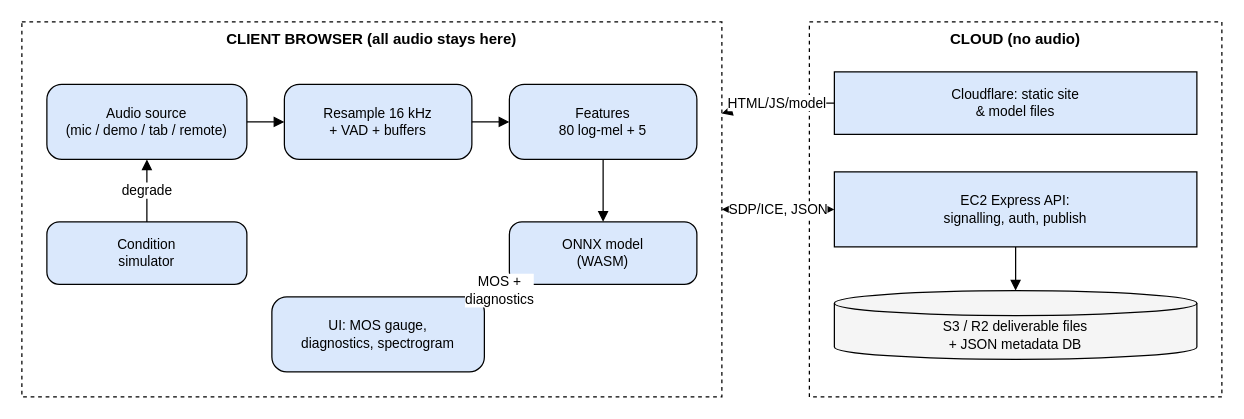
Before: docs/diagrams/18_architecture.drawio in gagandeepkaur75/EdgeAudio, a draw.io diagram. Source tidied: cells renumbered, new cells numbered last; positions are measured from the earlier drawing's top-left corner, leaving out a move shared by most shapes. Both pictures are drawn from the tidied source at 125%, with x=0, y=0 at pixel (21, 21).
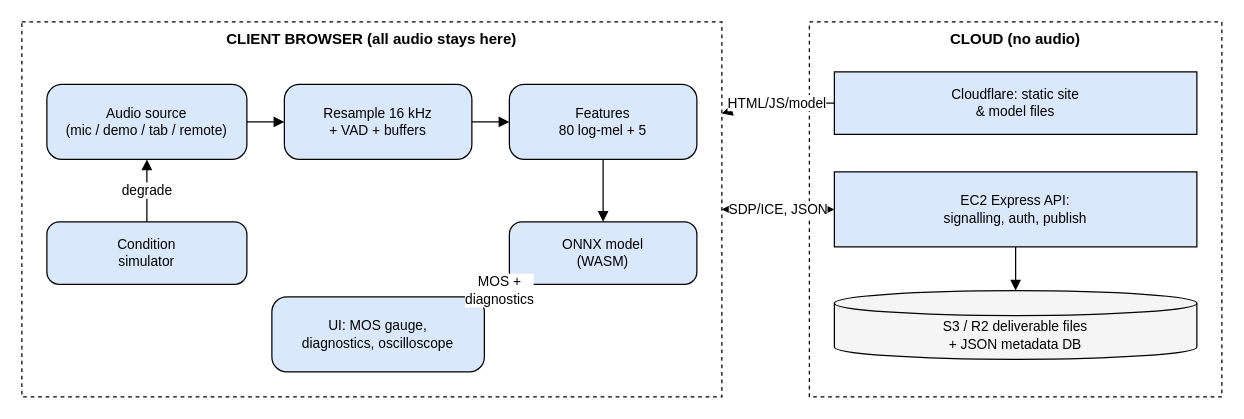
After the change.

Commit message (it also covers changes not shown here):
Correct diagram wording: live oscilloscope instead of spectrogram

Diff of the diagram source:
```diff
@@
-    <mxCell id="8" value="UI: MOS gauge,&lt;br/&gt;diagnostics, spectrogram" style="rounded=1;arcSize=20;whiteSpace=wrap;html=1;fontFamily=Helvetica;fontSize=11;fontColor=#000000;strokeColor=#000000;fillColor=#dae8fc;" parent="1" vertex="1">
+    <mxCell id="8" value="UI: MOS gauge,&lt;br/&gt;diagnostics, oscilloscope" style="rounded=1;arcSize=20;whiteSpace=wrap;html=1;fontFamily=Helvetica;fontSize=11;fontColor=#000000;strokeColor=#000000;fillColor=#dae8fc;" parent="1" vertex="1">
       <mxGeometry x="200" y="220" width="170" height="60" as="geometry" />
     </mxCell>
```
